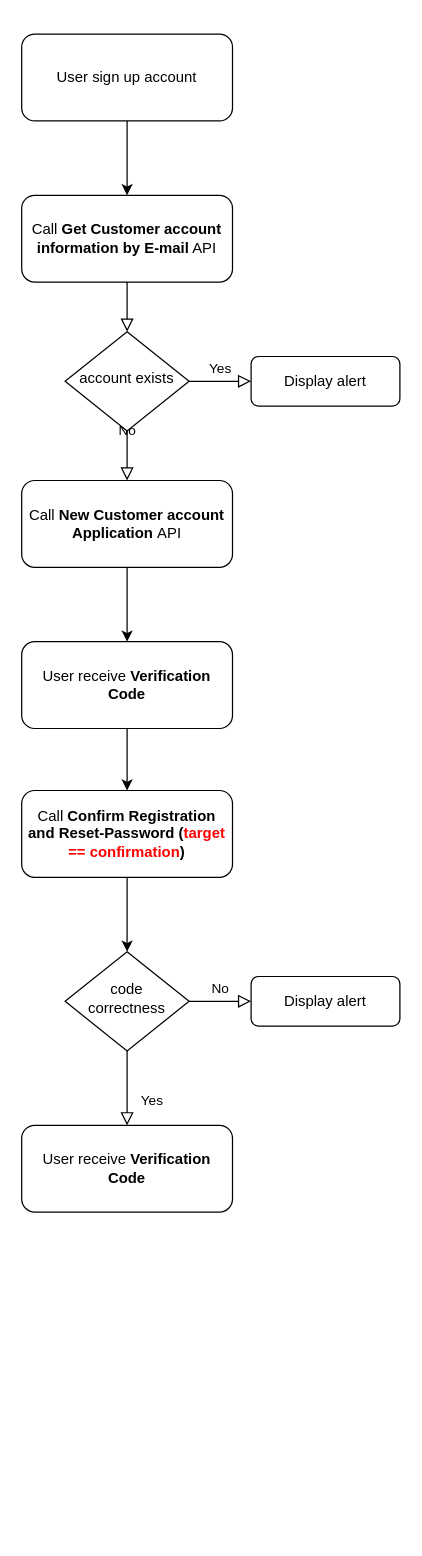
Before: signup.drawio in kevin3747118/ALZK, a draw.io diagram. Source tidied: cells renumbered, new cells numbered last; positions are measured from the earlier drawing's top-left corner, leaving out a move shared by most shapes. Both pictures are drawn from the tidied source at 124%, with x=0, y=0 at pixel (21, 33).
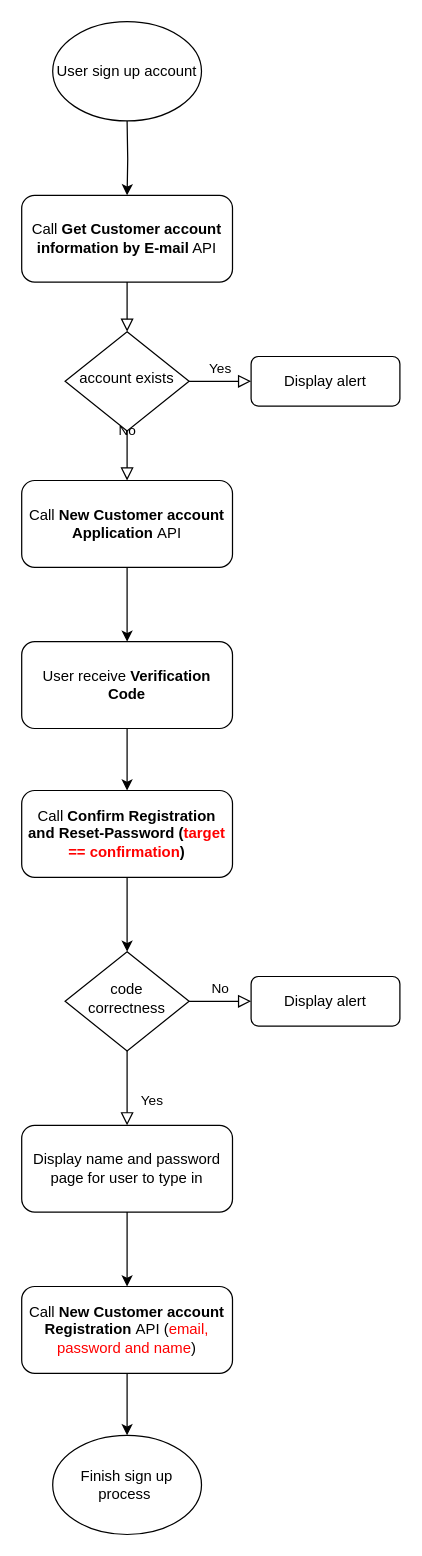
After the change.

The change refers to these unchanged cells:
```xml
<mxCell id="3" value="Call &lt;b&gt;Get Customer account information by E-mail&lt;/b&gt; API" style="rounded=1;whiteSpace=wrap;html=1;fontSize=12;glass=0;strokeWidth=1;shadow=0;" parent="1" vertex="1">
  <mxGeometry y="130" width="170" height="70" as="geometry" />
</mxCell>
```

Change to the diagram source:
```diff
@@
-    <mxCell id="12" style="edgeStyle=orthogonalEdgeStyle;rounded=0;jettySize=auto;html=1;exitX=0.5;exitY=1;exitDx=0;exitDy=0;entryX=0.5;entryY=0;entryDx=0;entryDy=0;" parent="1" edge="1" source="13" target="3">
-      <mxGeometry relative="1" as="geometry" />
+    <mxCell id="12" style="edgeStyle=orthogonalEdgeStyle;rounded=0;jettySize=auto;html=1;exitX=0.5;exitY=1;exitDx=0;exitDy=0;entryX=0.5;entryY=0;entryDx=0;entryDy=0;" parent="1" edge="1" target="3">
+      <mxGeometry relative="1" as="geometry">
+        <mxPoint x="85" y="70" as="sourcePoint" />
+      </mxGeometry>
     </mxCell>
-    <mxCell id="13" value="User sign up account" style="rounded=1;whiteSpace=wrap;html=1;fontSize=12;glass=0;strokeWidth=1;shadow=0;" parent="1" vertex="1">
-      <mxGeometry width="170" height="70" as="geometry" />
-    </mxCell>
@@
+    <mxCell id="21" style="edgeStyle=orthogonalEdgeStyle;rounded=0;jettySize=auto;html=1;exitX=0.5;exitY=1;exitDx=0;exitDy=0;entryX=0.5;entryY=0;entryDx=0;entryDy=0;" parent="1" edge="1" source="20">
+      <mxGeometry relative="1" as="geometry">
+        <mxPoint x="85" y="1010" as="targetPoint" />
+      </mxGeometry>
+    </mxCell>
-    <mxCell id="20" value="User receive &lt;b&gt;Verification Code&lt;/b&gt;" style="rounded=1;whiteSpace=wrap;html=1;fontSize=12;glass=0;strokeWidth=1;shadow=0;" parent="1" vertex="1">
+    <mxCell id="20" value="Display name and password page for user to type in" style="rounded=1;whiteSpace=wrap;html=1;fontSize=12;glass=0;strokeWidth=1;shadow=0;" parent="1" vertex="1">
       <mxGeometry y="880" width="170" height="70" as="geometry" />
     </mxCell>
+    <mxCell id="22" style="edgeStyle=orthogonalEdgeStyle;rounded=0;jettySize=auto;html=1;exitX=0.5;exitY=1;exitDx=0;exitDy=0;entryX=0.5;entryY=0;entryDx=0;entryDy=0;" parent="1" edge="1" source="23" target="24">
+      <mxGeometry relative="1" as="geometry" />
+    </mxCell>
+    <mxCell id="23" value="Call&amp;nbsp;&lt;b&gt;New Customer account Registration&lt;/b&gt;&amp;nbsp;API (&lt;font color=&quot;#ff0000&quot;&gt;email, password and name&lt;/font&gt;)" style="rounded=1;whiteSpace=wrap;html=1;fontSize=12;glass=0;strokeWidth=1;shadow=0;" parent="1" vertex="1">
+      <mxGeometry y="1010" width="170" height="70" as="geometry" />
+    </mxCell>
+    <mxCell id="13" value="&lt;span&gt;User sign up account&lt;/span&gt;" style="ellipse;whiteSpace=wrap;html=1;" parent="1" vertex="1">
+      <mxGeometry x="25" y="-10" width="120" height="80" as="geometry" />
+    </mxCell>
+    <mxCell id="24" value="&lt;span&gt;Finish sign up process&amp;nbsp;&lt;/span&gt;" style="ellipse;whiteSpace=wrap;html=1;" parent="1" vertex="1">
+      <mxGeometry x="25" y="1130" width="120" height="80" as="geometry" />
+    </mxCell>
```
